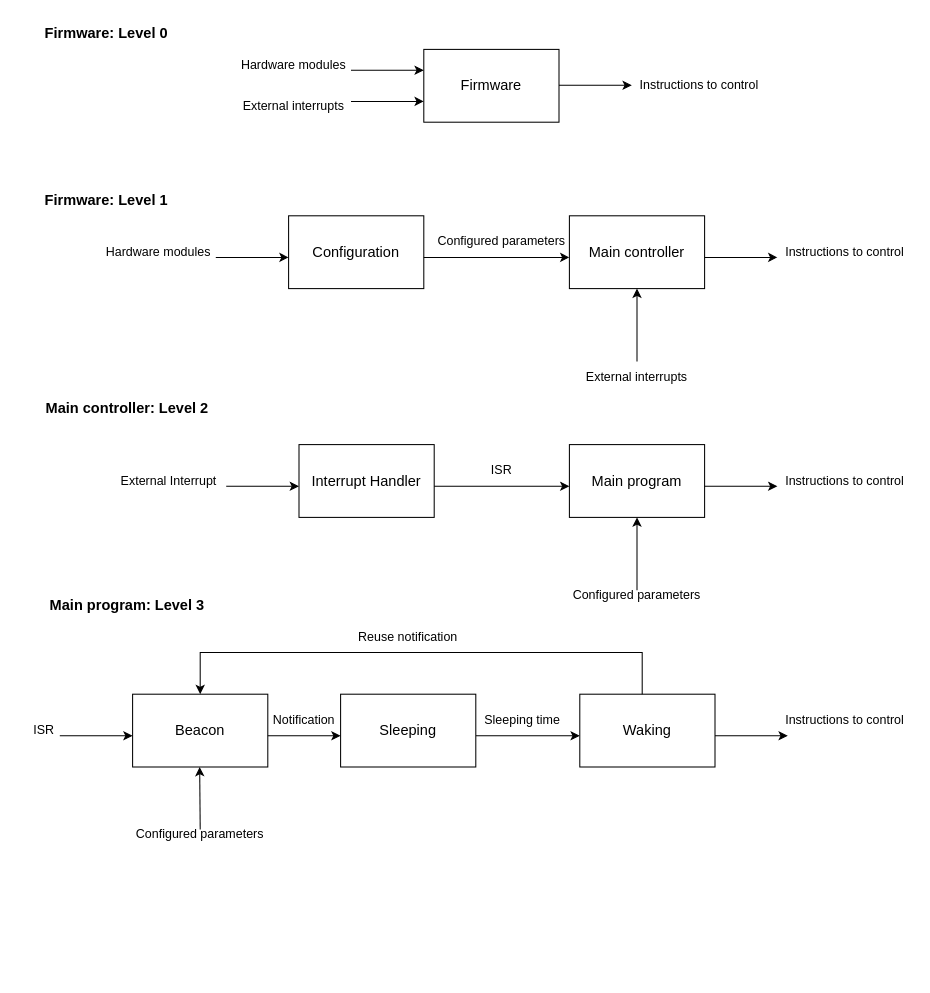
Child-Safety-Tracker/Diagrams keeps this draw.io diagram as dta.drawio. Above is the earlier version. Source tidied: cells renumbered, new cells numbered last; positions are measured from the earlier drawing's top-left corner, leaving out a move shared by most shapes. Both pictures are drawn from the tidied source at 104%, with x=0, y=0 at pixel (18, 18).
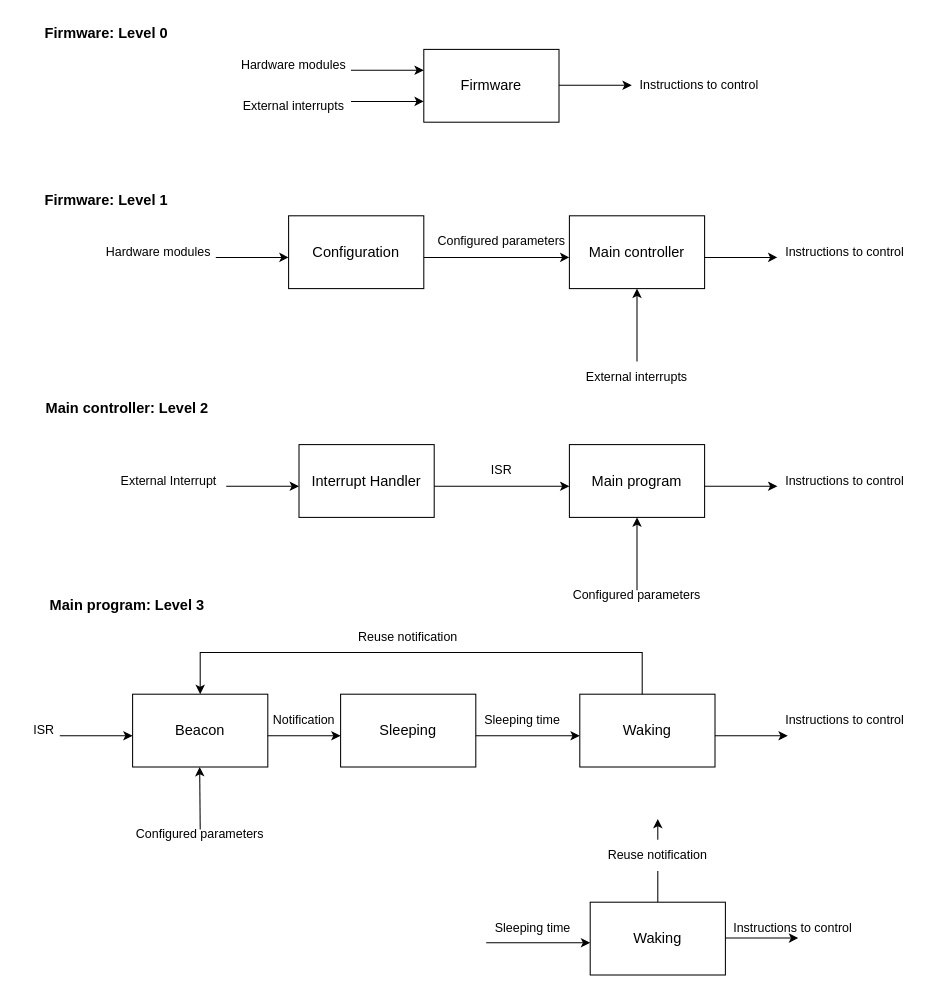
Above is the later version.

What changed in the source:
```diff
@@
+    <mxCell id="51" style="edgeStyle=orthogonalEdgeStyle;rounded=0;jettySize=auto;html=1;endArrow=none;endFill=0;" parent="1" edge="1" source="52" target="58">
+      <mxGeometry relative="1" as="geometry" />
+    </mxCell>
+    <mxCell id="52" value="&lt;span style=&quot;font-size: 14px;&quot;&gt;Waking&lt;/span&gt;" style="rounded=0;whiteSpace=wrap;html=1;" parent="1" vertex="1">
+      <mxGeometry x="550" y="850" width="130" height="70" as="geometry" />
+    </mxCell>
+    <mxCell id="53" style="endArrow=classic;html=1;rounded=0;" parent="1" edge="1">
+      <mxGeometry relative="1" as="geometry">
+        <mxPoint x="680" y="884.5" as="sourcePoint" />
+        <mxPoint x="750" y="884.5" as="targetPoint" />
+      </mxGeometry>
+    </mxCell>
+    <mxCell id="54" value="Instructions to control" style="text;html=1;align=center;verticalAlign=middle;whiteSpace=wrap;rounded=0;" parent="1" vertex="1">
+      <mxGeometry x="680" y="860" width="130" height="30" as="geometry" />
+    </mxCell>
+    <mxCell id="55" style="endArrow=classic;html=1;rounded=0;" parent="1" edge="1">
+      <mxGeometry relative="1" as="geometry">
+        <mxPoint x="450" y="889" as="sourcePoint" />
+        <mxPoint x="550" y="889" as="targetPoint" />
+      </mxGeometry>
+    </mxCell>
+    <mxCell id="56" value="Sleeping time" style="text;html=1;align=center;verticalAlign=middle;whiteSpace=wrap;rounded=0;" parent="1" vertex="1">
+      <mxGeometry x="430" y="860" width="130" height="30" as="geometry" />
+    </mxCell>
+    <mxCell id="57" style="endArrow=classic;html=1;rounded=0;exitX=0.5;exitY=0;exitDx=0;exitDy=0;" parent="1" edge="1" source="58">
+      <mxGeometry relative="1" as="geometry">
+        <mxPoint x="615" y="770" as="targetPoint" />
+      </mxGeometry>
+    </mxCell>
+    <mxCell id="58" value="Reuse notification" style="text;html=1;align=center;verticalAlign=middle;whiteSpace=wrap;rounded=0;" parent="1" vertex="1">
+      <mxGeometry x="560" y="790" width="110" height="30" as="geometry" />
+    </mxCell>
```
